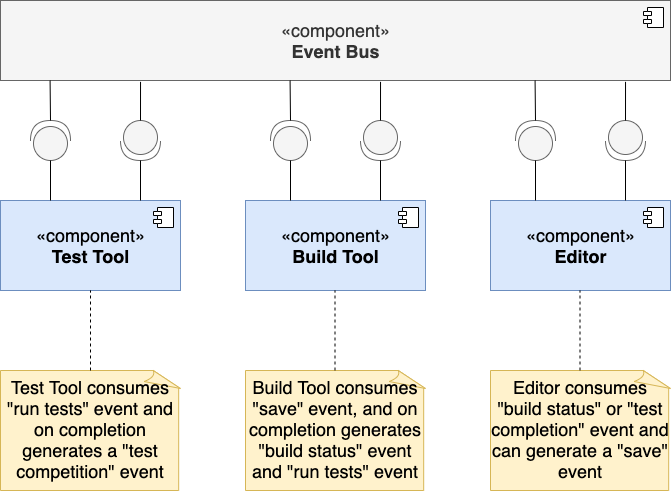
The draw.io diagram Architectural styles/Implicit Invocation Systems/EventBasedComponentDiagram.png in smitbmx/Architecture-Diagrams, before a commit. Source tidied: cells renumbered, new cells last; positions are measured from the earlier drawing's top-left corner, leaving out a move shared by most shapes.
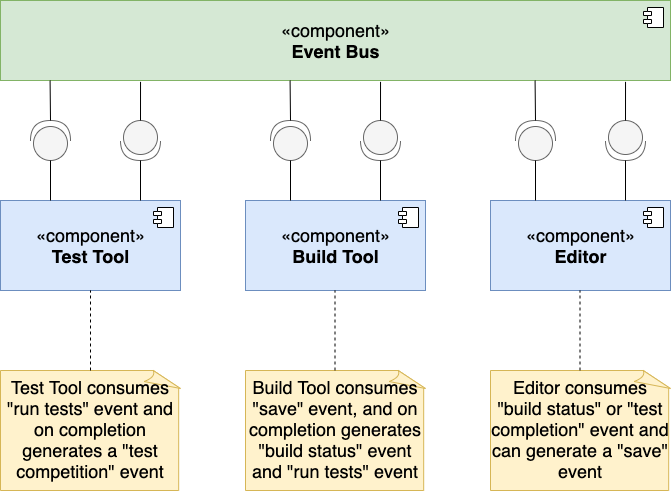
After the change.

What changed in the source:
```diff
@@ -2,7 +2,7 @@
   <root>
     <mxCell id="0" />
     <mxCell id="1" parent="0" />
-    <mxCell id="2" value="«component»&lt;br style=&quot;font-size: 18px;&quot;&gt;&lt;b style=&quot;font-size: 18px;&quot;&gt;Event Bus&lt;/b&gt;" style="html=1;fontSize=18;fillColor=#f5f5f5;fontColor=#333333;strokeColor=#666666;" parent="1" vertex="1">
+    <mxCell id="2" value="«component»&lt;br style=&quot;font-size: 18px;&quot;&gt;&lt;b style=&quot;font-size: 18px;&quot;&gt;Event Bus&lt;/b&gt;" style="html=1;fontSize=18;fillColor=#d5e8d4;strokeColor=#82b366;" parent="1" vertex="1">
       <mxGeometry width="670" height="80" as="geometry" />
     </mxCell>
     <mxCell id="3" style="shape=module;jettyWidth=8;jettyHeight=4;" parent="2" vertex="1">
```
